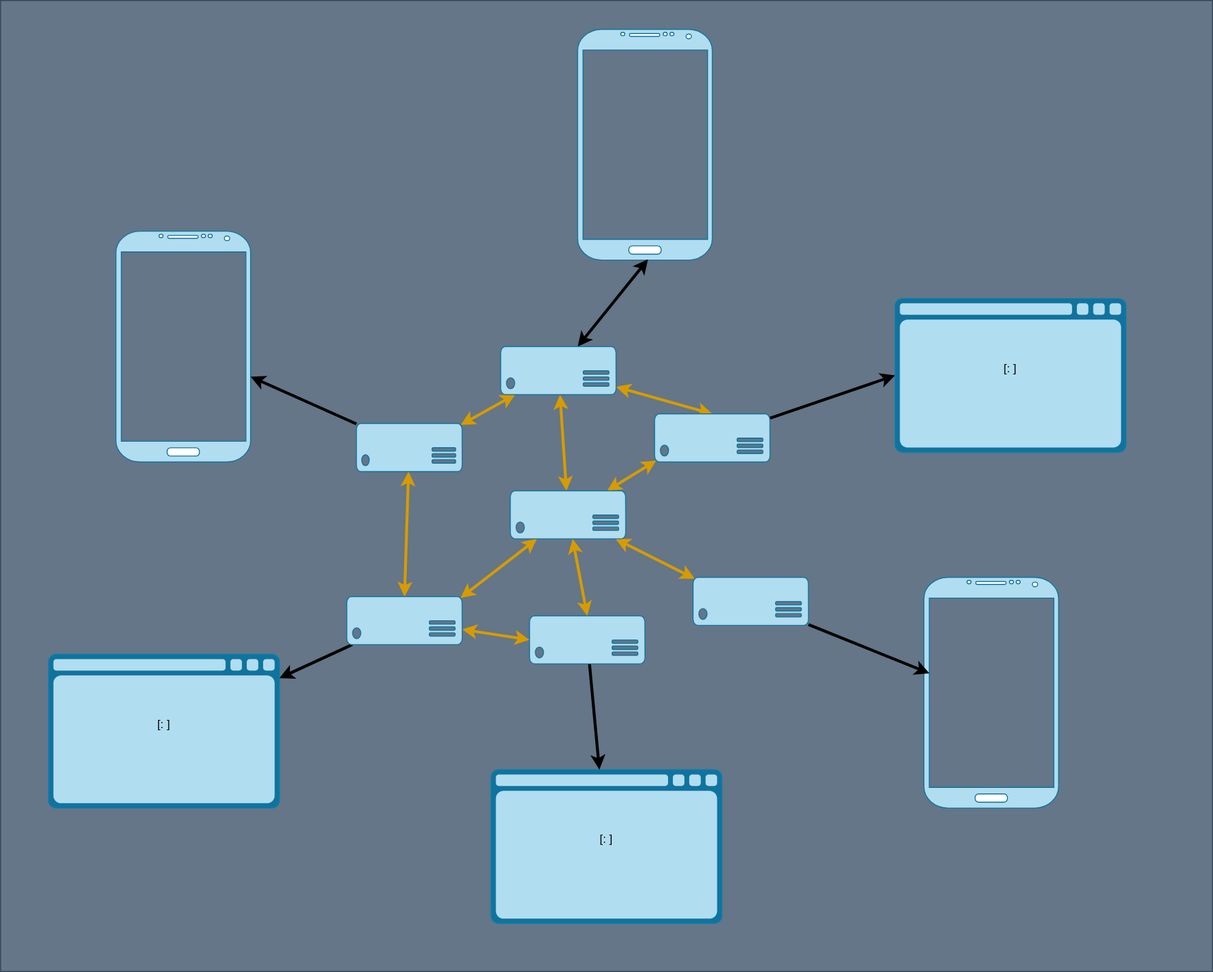
8xFF/atm0s-media-server keeps this draw.io diagram as docs/imgs/interconnected-network.drawio.svg. Above is the earlier version. Source tidied: cells renumbered, new cells last; positions are measured from the earlier drawing's top-left corner, leaving out a move shared by most shapes. Its diagram source:
```xml
<mxGraphModel>
  <root>
    <mxCell id="0" />
    <mxCell id="1" parent="0" />
    <mxCell id="2" style="rounded=0;whiteSpace=wrap;html=1;fillColor=#647687;fontColor=#ffffff;strokeColor=#314354;" parent="1" vertex="1">
      <mxGeometry width="1260" height="1010" as="geometry" />
    </mxCell>
    <mxCell id="3" style="verticalLabelPosition=bottom;verticalAlign=top;html=1;shadow=0;dashed=0;strokeWidth=1;shape=mxgraph.android.phone2;fillColor=#b1ddf0;strokeColor=#10739e;" parent="1" vertex="1">
      <mxGeometry x="960" y="600" width="140" height="240" as="geometry" />
    </mxCell>
    <object id="4" label="&lt;font style=&quot;font-size: 16px&quot;&gt;&lt;b&gt;%c4Type%&lt;/b&gt;&lt;/font&gt;&lt;div&gt;[%c4Container%:&amp;nbsp;%c4Technology%]&lt;/div&gt;&lt;br&gt;&lt;div&gt;&lt;font style=&quot;font-size: 11px&quot;&gt;&lt;font color=&quot;#E6E6E6&quot;&gt;%c4Description%&lt;/font&gt;&lt;/div&gt;" c4Container="" c4Description="" c4Technology="" c4Type="" placeholders="1">
      <mxCell style="shape=mxgraph.c4.webBrowserContainer2;whiteSpace=wrap;html=1;boundedLbl=1;rounded=0;labelBackgroundColor=none;strokeColor=#10739e;strokeColor2=#0E7DAD;fontSize=12;align=center;points=[[0.5,0,0],[1,0.25,0],[1,0.5,0],[1,0.75,0],[0.5,1,0],[0,0.75,0],[0,0.5,0],[0,0.25,0]];fillColor=#b1ddf0;" parent="1" vertex="1">
        <mxGeometry x="50" y="680" width="240" height="160" as="geometry" />
      </mxCell>
    </object>
    <mxCell id="5" style="verticalLabelPosition=bottom;verticalAlign=top;html=1;shadow=0;dashed=0;strokeWidth=1;shape=mxgraph.android.phone2;fillColor=#b1ddf0;strokeColor=#10739e;" parent="1" vertex="1">
      <mxGeometry x="600" y="30" width="140" height="240" as="geometry" />
    </mxCell>
    <object id="6" label="&lt;font style=&quot;font-size: 16px&quot;&gt;&lt;b&gt;%c4Type%&lt;/b&gt;&lt;/font&gt;&lt;div&gt;[%c4Container%:&amp;nbsp;%c4Technology%]&lt;/div&gt;&lt;br&gt;&lt;div&gt;&lt;font style=&quot;font-size: 11px&quot;&gt;&lt;font color=&quot;#E6E6E6&quot;&gt;%c4Description%&lt;/font&gt;&lt;/div&gt;" c4Container="" c4Description="" c4Technology="" c4Type="" placeholders="1">
      <mxCell style="shape=mxgraph.c4.webBrowserContainer2;whiteSpace=wrap;html=1;boundedLbl=1;rounded=0;labelBackgroundColor=none;strokeColor=#10739e;strokeColor2=#0E7DAD;fontSize=12;align=center;points=[[0.5,0,0],[1,0.25,0],[1,0.5,0],[1,0.75,0],[0.5,1,0],[0,0.75,0],[0,0.5,0],[0,0.25,0]];fillColor=#b1ddf0;" parent="1" vertex="1">
        <mxGeometry x="510" y="800" width="240" height="160" as="geometry" />
      </mxCell>
    </object>
    <mxCell id="7" style="verticalLabelPosition=bottom;verticalAlign=top;html=1;shadow=0;dashed=0;strokeWidth=1;shape=mxgraph.android.phone2;fillColor=#b1ddf0;strokeColor=#10739e;" parent="1" vertex="1">
      <mxGeometry x="120" y="240" width="140" height="240" as="geometry" />
    </mxCell>
    <object id="8" label="&lt;font style=&quot;font-size: 16px&quot;&gt;&lt;b&gt;%c4Type%&lt;/b&gt;&lt;/font&gt;&lt;div&gt;[%c4Container%:&amp;nbsp;%c4Technology%]&lt;/div&gt;&lt;br&gt;&lt;div&gt;&lt;font style=&quot;font-size: 11px&quot;&gt;&lt;font color=&quot;#E6E6E6&quot;&gt;%c4Description%&lt;/font&gt;&lt;/div&gt;" c4Container="" c4Description="" c4Technology="" c4Type="" placeholders="1">
      <mxCell style="shape=mxgraph.c4.webBrowserContainer2;whiteSpace=wrap;html=1;boundedLbl=1;rounded=0;labelBackgroundColor=none;strokeColor=#10739e;strokeColor2=#0E7DAD;fontSize=12;align=center;points=[[0.5,0,0],[1,0.25,0],[1,0.5,0],[1,0.75,0],[0.5,1,0],[0,0.75,0],[0,0.5,0],[0,0.25,0]];fillColor=#b1ddf0;" parent="1" vertex="1">
        <mxGeometry x="930" y="310" width="240" height="160" as="geometry" />
      </mxCell>
    </object>
    <mxCell id="9" style="edgeStyle=none;html=1;entryX=0.522;entryY=0.997;entryDx=0;entryDy=0;entryPerimeter=0;startArrow=classic;startFill=1;strokeWidth=3;" parent="1" edge="1" source="13" target="5">
      <mxGeometry relative="1" as="geometry" />
    </mxCell>
    <mxCell id="10" style="edgeStyle=none;html=1;entryX=0.985;entryY=0.03;entryDx=0;entryDy=0;entryPerimeter=0;strokeWidth=3;startArrow=classic;startFill=1;fillColor=#ffcd28;strokeColor=#d79b00;gradientColor=#ffa500;" parent="1" edge="1" source="13" target="16">
      <mxGeometry relative="1" as="geometry" />
    </mxCell>
    <mxCell id="11" style="edgeStyle=none;html=1;strokeWidth=3;startArrow=classic;startFill=1;fillColor=#ffcd28;strokeColor=#d79b00;gradientColor=#ffa500;" parent="1" edge="1" source="13" target="26">
      <mxGeometry relative="1" as="geometry" />
    </mxCell>
    <mxCell id="12" style="edgeStyle=none;html=1;entryX=0.5;entryY=0;entryDx=0;entryDy=0;entryPerimeter=0;strokeWidth=3;startArrow=classic;startFill=1;fillColor=#ffcd28;strokeColor=#d79b00;gradientColor=#ffa500;" parent="1" edge="1" source="13" target="28">
      <mxGeometry relative="1" as="geometry" />
    </mxCell>
    <mxCell id="13" style="verticalLabelPosition=bottom;html=1;verticalAlign=top;align=center;shape=mxgraph.azure.server;fillColor=#b1ddf0;strokeColor=#10739e;" parent="1" vertex="1">
      <mxGeometry x="520" y="360" width="120" height="50" as="geometry" />
    </mxCell>
    <mxCell id="14" style="edgeStyle=none;html=1;strokeWidth=3;" parent="1" edge="1" source="16" target="7">
      <mxGeometry relative="1" as="geometry" />
    </mxCell>
    <mxCell id="15" style="edgeStyle=none;html=1;entryX=0.5;entryY=0;entryDx=0;entryDy=0;entryPerimeter=0;strokeWidth=3;startArrow=classic;startFill=1;fillColor=#ffcd28;strokeColor=#d79b00;gradientColor=#ffa500;" parent="1" edge="1" source="16" target="19">
      <mxGeometry relative="1" as="geometry" />
    </mxCell>
    <mxCell id="16" style="verticalLabelPosition=bottom;html=1;verticalAlign=top;align=center;shape=mxgraph.azure.server;fillColor=#b1ddf0;strokeColor=#10739e;" parent="1" vertex="1">
      <mxGeometry x="370" y="440" width="110" height="50" as="geometry" />
    </mxCell>
    <mxCell id="17" style="edgeStyle=none;html=1;strokeWidth=3;" parent="1" edge="1" source="19" target="4">
      <mxGeometry relative="1" as="geometry" />
    </mxCell>
    <mxCell id="18" style="edgeStyle=none;html=1;entryX=0;entryY=0.5;entryDx=0;entryDy=0;entryPerimeter=0;strokeWidth=3;startArrow=classic;startFill=1;fillColor=#ffcd28;strokeColor=#d79b00;gradientColor=#ffa500;" parent="1" edge="1" source="19" target="21">
      <mxGeometry relative="1" as="geometry" />
    </mxCell>
    <mxCell id="19" style="verticalLabelPosition=bottom;html=1;verticalAlign=top;align=center;shape=mxgraph.azure.server;fillColor=#b1ddf0;strokeColor=#10739e;" parent="1" vertex="1">
      <mxGeometry x="360" y="620" width="120" height="50" as="geometry" />
    </mxCell>
    <mxCell id="20" style="edgeStyle=none;html=1;strokeWidth=3;" parent="1" edge="1" source="21" target="6">
      <mxGeometry relative="1" as="geometry" />
    </mxCell>
    <mxCell id="21" style="verticalLabelPosition=bottom;html=1;verticalAlign=top;align=center;shape=mxgraph.azure.server;fillColor=#b1ddf0;strokeColor=#10739e;" parent="1" vertex="1">
      <mxGeometry x="550" y="640" width="120" height="50" as="geometry" />
    </mxCell>
    <mxCell id="22" style="edgeStyle=none;html=1;entryX=0.985;entryY=0.03;entryDx=0;entryDy=0;entryPerimeter=0;strokeWidth=3;startArrow=classic;startFill=1;fillColor=#ffcd28;strokeColor=#d79b00;gradientColor=#ffa500;" parent="1" edge="1" source="26" target="19">
      <mxGeometry relative="1" as="geometry" />
    </mxCell>
    <mxCell id="23" style="edgeStyle=none;html=1;entryX=0.5;entryY=0;entryDx=0;entryDy=0;entryPerimeter=0;strokeWidth=3;startArrow=classic;startFill=1;fillColor=#ffcd28;strokeColor=#d79b00;gradientColor=#ffa500;" parent="1" edge="1" source="26" target="21">
      <mxGeometry relative="1" as="geometry" />
    </mxCell>
    <mxCell id="24" style="edgeStyle=none;html=1;entryX=0.015;entryY=0.97;entryDx=0;entryDy=0;entryPerimeter=0;strokeWidth=3;startArrow=classic;startFill=1;fillColor=#ffcd28;strokeColor=#d79b00;gradientColor=#ffa500;" parent="1" edge="1" source="26" target="28">
      <mxGeometry relative="1" as="geometry" />
    </mxCell>
    <mxCell id="25" style="edgeStyle=none;html=1;entryX=0.015;entryY=0.03;entryDx=0;entryDy=0;entryPerimeter=0;strokeWidth=3;startArrow=classic;startFill=1;fillColor=#ffcd28;strokeColor=#d79b00;gradientColor=#ffa500;" parent="1" edge="1" source="26" target="30">
      <mxGeometry relative="1" as="geometry" />
    </mxCell>
    <mxCell id="26" style="verticalLabelPosition=bottom;html=1;verticalAlign=top;align=center;shape=mxgraph.azure.server;fillColor=#b1ddf0;strokeColor=#10739e;" parent="1" vertex="1">
      <mxGeometry x="530" y="510" width="120" height="50" as="geometry" />
    </mxCell>
    <mxCell id="27" style="edgeStyle=none;html=1;entryX=0;entryY=0.5;entryDx=0;entryDy=0;entryPerimeter=0;strokeWidth=3;" parent="1" edge="1" source="28" target="8">
      <mxGeometry relative="1" as="geometry" />
    </mxCell>
    <mxCell id="28" style="verticalLabelPosition=bottom;html=1;verticalAlign=top;align=center;shape=mxgraph.azure.server;fillColor=#b1ddf0;strokeColor=#10739e;" parent="1" vertex="1">
      <mxGeometry x="680" y="430" width="120" height="50" as="geometry" />
    </mxCell>
    <mxCell id="29" style="edgeStyle=none;html=1;entryX=0.041;entryY=0.416;entryDx=0;entryDy=0;entryPerimeter=0;strokeWidth=3;" parent="1" edge="1" source="30" target="3">
      <mxGeometry relative="1" as="geometry" />
    </mxCell>
    <mxCell id="30" style="verticalLabelPosition=bottom;html=1;verticalAlign=top;align=center;shape=mxgraph.azure.server;fillColor=#b1ddf0;strokeColor=#10739e;" parent="1" vertex="1">
      <mxGeometry x="720" y="600" width="120" height="50" as="geometry" />
    </mxCell>
  </root>
</mxGraphModel>
```
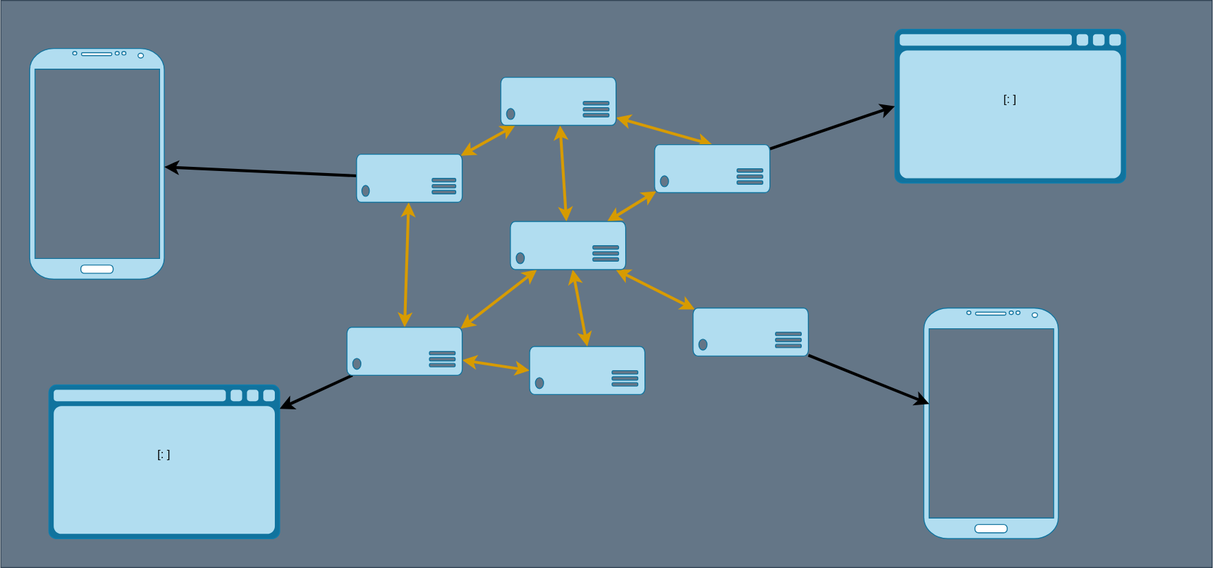
After the change.

Change to the diagram source:
```diff
@@ -3,7 +3,7 @@
     <mxCell id="0" />
     <mxCell id="1" parent="0" />
     <mxCell id="2" style="rounded=0;whiteSpace=wrap;html=1;fillColor=#647687;fontColor=#ffffff;strokeColor=#314354;" parent="1" vertex="1">
-      <mxGeometry width="1260" height="1010" as="geometry" />
+      <mxGeometry y="280" width="1260" height="590" as="geometry" />
     </mxCell>
     <mxCell id="3" style="verticalLabelPosition=bottom;verticalAlign=top;html=1;shadow=0;dashed=0;strokeWidth=1;shape=mxgraph.android.phone2;fillColor=#b1ddf0;strokeColor=#10739e;" parent="1" vertex="1">
       <mxGeometry x="960" y="600" width="140" height="240" as="geometry" />
@@ -13,25 +13,14 @@
         <mxGeometry x="50" y="680" width="240" height="160" as="geometry" />
       </mxCell>
     </object>
-    <mxCell id="5" style="verticalLabelPosition=bottom;verticalAlign=top;html=1;shadow=0;dashed=0;strokeWidth=1;shape=mxgraph.android.phone2;fillColor=#b1ddf0;strokeColor=#10739e;" parent="1" vertex="1">
-      <mxGeometry x="600" y="30" width="140" height="240" as="geometry" />
-    </mxCell>
-    <object id="6" label="&lt;font style=&quot;font-size: 16px&quot;&gt;&lt;b&gt;%c4Type%&lt;/b&gt;&lt;/font&gt;&lt;div&gt;[%c4Container%:&amp;nbsp;%c4Technology%]&lt;/div&gt;&lt;br&gt;&lt;div&gt;&lt;font style=&quot;font-size: 11px&quot;&gt;&lt;font color=&quot;#E6E6E6&quot;&gt;%c4Description%&lt;/font&gt;&lt;/div&gt;" c4Container="" c4Description="" c4Technology="" c4Type="" placeholders="1">
-      <mxCell style="shape=mxgraph.c4.webBrowserContainer2;whiteSpace=wrap;html=1;boundedLbl=1;rounded=0;labelBackgroundColor=none;strokeColor=#10739e;strokeColor2=#0E7DAD;fontSize=12;align=center;points=[[0.5,0,0],[1,0.25,0],[1,0.5,0],[1,0.75,0],[0.5,1,0],[0,0.75,0],[0,0.5,0],[0,0.25,0]];fillColor=#b1ddf0;" parent="1" vertex="1">
-        <mxGeometry x="510" y="800" width="240" height="160" as="geometry" />
-      </mxCell>
-    </object>
     <mxCell id="7" style="verticalLabelPosition=bottom;verticalAlign=top;html=1;shadow=0;dashed=0;strokeWidth=1;shape=mxgraph.android.phone2;fillColor=#b1ddf0;strokeColor=#10739e;" parent="1" vertex="1">
-      <mxGeometry x="120" y="240" width="140" height="240" as="geometry" />
+      <mxGeometry x="30" y="330" width="140" height="240" as="geometry" />
     </mxCell>
     <object id="8" label="&lt;font style=&quot;font-size: 16px&quot;&gt;&lt;b&gt;%c4Type%&lt;/b&gt;&lt;/font&gt;&lt;div&gt;[%c4Container%:&amp;nbsp;%c4Technology%]&lt;/div&gt;&lt;br&gt;&lt;div&gt;&lt;font style=&quot;font-size: 11px&quot;&gt;&lt;font color=&quot;#E6E6E6&quot;&gt;%c4Description%&lt;/font&gt;&lt;/div&gt;" c4Container="" c4Description="" c4Technology="" c4Type="" placeholders="1">
       <mxCell style="shape=mxgraph.c4.webBrowserContainer2;whiteSpace=wrap;html=1;boundedLbl=1;rounded=0;labelBackgroundColor=none;strokeColor=#10739e;strokeColor2=#0E7DAD;fontSize=12;align=center;points=[[0.5,0,0],[1,0.25,0],[1,0.5,0],[1,0.75,0],[0.5,1,0],[0,0.75,0],[0,0.5,0],[0,0.25,0]];fillColor=#b1ddf0;" parent="1" vertex="1">
         <mxGeometry x="930" y="310" width="240" height="160" as="geometry" />
       </mxCell>
     </object>
-    <mxCell id="9" style="edgeStyle=none;html=1;entryX=0.522;entryY=0.997;entryDx=0;entryDy=0;entryPerimeter=0;startArrow=classic;startFill=1;strokeWidth=3;" parent="1" edge="1" source="13" target="5">
-      <mxGeometry relative="1" as="geometry" />
-    </mxCell>
     <mxCell id="10" style="edgeStyle=none;html=1;entryX=0.985;entryY=0.03;entryDx=0;entryDy=0;entryPerimeter=0;strokeWidth=3;startArrow=classic;startFill=1;fillColor=#ffcd28;strokeColor=#d79b00;gradientColor=#ffa500;" parent="1" edge="1" source="13" target="16">
       <mxGeometry relative="1" as="geometry" />
     </mxCell>
@@ -62,9 +51,6 @@
     <mxCell id="19" style="verticalLabelPosition=bottom;html=1;verticalAlign=top;align=center;shape=mxgraph.azure.server;fillColor=#b1ddf0;strokeColor=#10739e;" parent="1" vertex="1">
       <mxGeometry x="360" y="620" width="120" height="50" as="geometry" />
     </mxCell>
-    <mxCell id="20" style="edgeStyle=none;html=1;strokeWidth=3;" parent="1" edge="1" source="21" target="6">
-      <mxGeometry relative="1" as="geometry" />
-    </mxCell>
     <mxCell id="21" style="verticalLabelPosition=bottom;html=1;verticalAlign=top;align=center;shape=mxgraph.azure.server;fillColor=#b1ddf0;strokeColor=#10739e;" parent="1" vertex="1">
       <mxGeometry x="550" y="640" width="120" height="50" as="geometry" />
     </mxCell>
```
